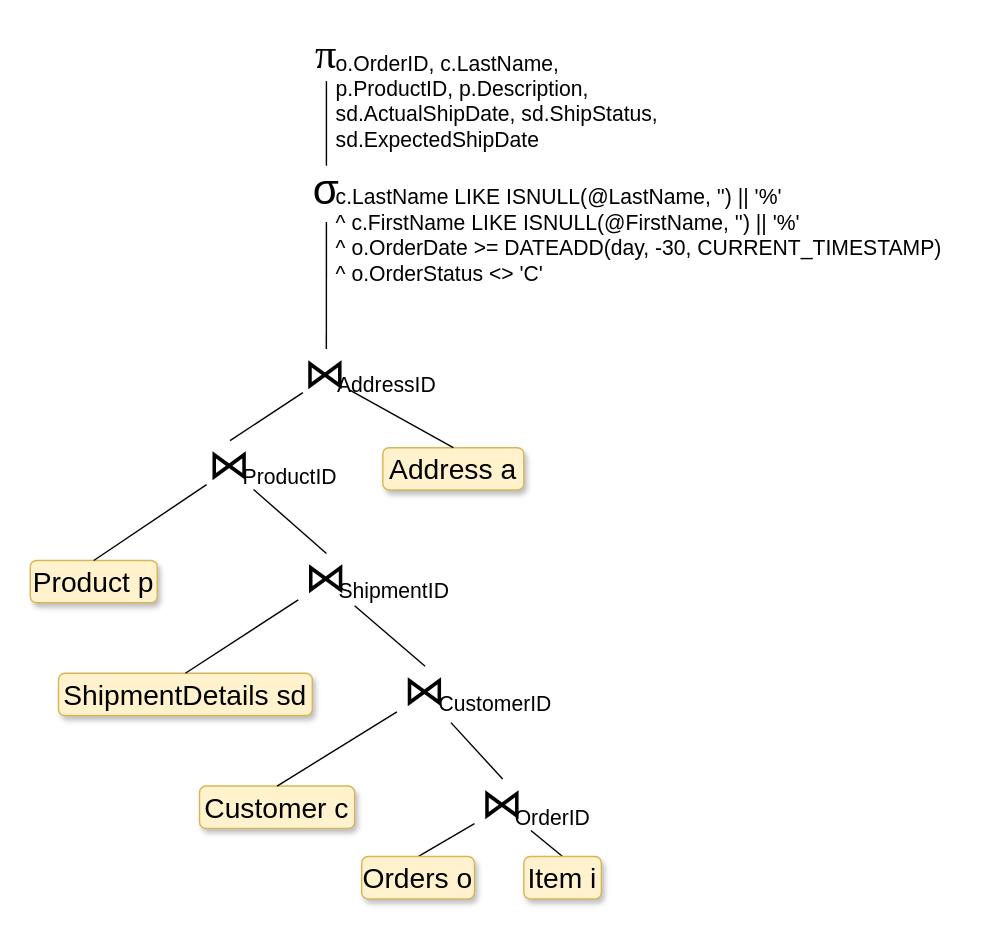
This is page "TH 2" (3 of 4) of SQLTurning.drawio from nguyenhuy158/diagrams, a draw.io file, before an edit. Source tidied: cells renumbered, new cells numbered last; positions are measured from the earlier drawing's top-left corner, leaving out a move shared by most shapes. Both pictures are drawn from the tidied source at 141%, with x=0, y=0 at pixel (30, 24).
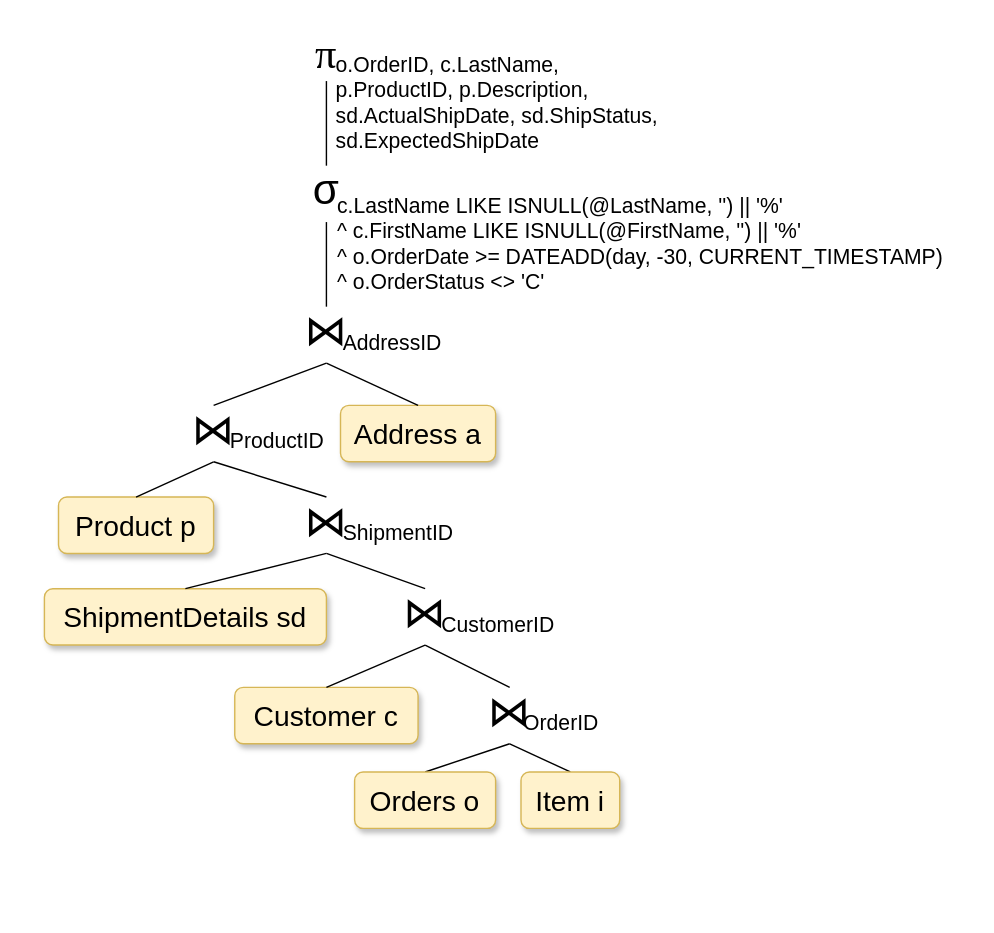
The same diagram, later.

The edit, as a diff of the source:
```diff
@@
-    <mxCell id="2" style="rounded=0;jettySize=auto;html=1;entryX=0.5;entryY=0;entryDx=0;entryDy=0;endArrow=none;endFill=0;" parent="1" edge="1" source="8" target="11">
+    <mxCell id="2" style="rounded=0;jettySize=auto;html=1;entryX=0.5;entryY=0;entryDx=0;entryDy=0;endArrow=none;endFill=0;exitX=0.5;exitY=1;exitDx=0;exitDy=0;" parent="1" edge="1" source="8" target="11">
       <mxGeometry relative="1" as="geometry" />
     </mxCell>
-    <mxCell id="3" style="edgeStyle=none;rounded=0;jettySize=auto;html=1;entryX=0.5;entryY=0;entryDx=0;entryDy=0;fontSize=30;endArrow=none;endFill=0;" parent="1" edge="1" source="14" target="5">
+    <mxCell id="3" style="edgeStyle=none;rounded=0;jettySize=auto;html=1;entryX=0.5;entryY=0;entryDx=0;entryDy=0;fontSize=30;endArrow=none;endFill=0;exitX=0.5;exitY=1;exitDx=0;exitDy=0;" parent="1" edge="1" source="14" target="5">
       <mxGeometry relative="1" as="geometry" />
     </mxCell>
-    <mxCell id="4" style="edgeStyle=none;rounded=0;jettySize=auto;html=1;entryX=0.5;entryY=0;entryDx=0;entryDy=0;fontSize=20;endArrow=none;endFill=0;shadow=0;sketch=0;" parent="1" edge="1" source="14" target="6">
+    <mxCell id="4" style="edgeStyle=none;rounded=0;jettySize=auto;html=1;entryX=0.5;entryY=0;entryDx=0;entryDy=0;fontSize=20;endArrow=none;endFill=0;shadow=0;sketch=0;exitX=0.5;exitY=1;exitDx=0;exitDy=0;" parent="1" edge="1" source="14" target="6">
       <mxGeometry relative="1" as="geometry" />
     </mxCell>
     <mxCell id="5" value="&lt;div style=&quot;font-size: 20px;&quot;&gt;Orders o&lt;br style=&quot;font-size: 20px;&quot;&gt;&lt;/div&gt;" style="text;html=1;strokeColor=#d6b656;fillColor=#fff2cc;align=center;verticalAlign=middle;whiteSpace=wrap;rounded=1;fontSize=20;shadow=1;sketch=0;glass=0;" parent="1" vertex="1">
-      <mxGeometry x="235" y="590" width="80" height="30" as="geometry" />
+      <mxGeometry x="230" y="530" width="100" height="40" as="geometry" />
     </mxCell>
     <mxCell id="6" value="&lt;div style=&quot;font-size: 20px;&quot;&gt;Item i&lt;br style=&quot;font-size: 20px;&quot;&gt;&lt;/div&gt;" style="text;html=1;strokeColor=#d6b656;fillColor=#fff2cc;align=center;verticalAlign=middle;whiteSpace=wrap;rounded=1;fontSize=20;shadow=1;sketch=0;glass=0;" parent="1" vertex="1">
-      <mxGeometry x="350" y="590" width="55" height="30" as="geometry" />
+      <mxGeometry x="348" y="530" width="70" height="40" as="geometry" />
     </mxCell>
-    <mxCell id="7" style="group;" parent="1" vertex="1">
-      <mxGeometry x="190" width="260" height="100" as="geometry" />
-    </mxCell>
-    <mxCell id="8" value="&lt;span id=&quot;docs-internal-guid-24cfe74f-7fff-80c8-4b2b-47ca78d1e50c&quot; style=&quot;font-size: 30px;&quot;&gt;&lt;span style=&quot;font-size: 30px; font-family: &amp;quot;Times New Roman&amp;quot;; background-color: transparent; font-variant-numeric: normal; font-variant-east-asian: normal;&quot;&gt;π&lt;/span&gt;&lt;/span&gt;" style="text;html=1;strokeColor=none;fillColor=none;align=center;verticalAlign=middle;whiteSpace=wrap;rounded=0;fontSize=30;" parent="7" vertex="1">
-      <mxGeometry width="40" height="40" as="geometry" />
-    </mxCell>
-    <mxCell id="9" value="&lt;div style=&quot;font-size: 15px;&quot;&gt;&lt;span style=&quot;font-size: 15px;&quot;&gt;o.OrderID,&amp;nbsp;&lt;/span&gt;&lt;span style=&quot;background-color: initial;&quot;&gt;c.LastName,&lt;/span&gt;&lt;/div&gt;&lt;div style=&quot;font-size: 15px;&quot;&gt;&lt;span style=&quot;font-size: 15px;&quot;&gt;p.ProductID,&amp;nbsp;&lt;/span&gt;&lt;span style=&quot;background-color: initial;&quot;&gt;p.Description,&lt;/span&gt;&lt;/div&gt;&lt;div style=&quot;font-size: 15px;&quot;&gt;&lt;span style=&quot;font-size: 15px;&quot;&gt;sd.ActualShipDate,&amp;nbsp;&lt;/span&gt;&lt;span style=&quot;background-color: initial;&quot;&gt;sd.ShipStatus,&lt;/span&gt;&lt;/div&gt;&lt;div style=&quot;font-size: 15px;&quot;&gt;&lt;span style=&quot;font-size: 15px;&quot;&gt;sd.ExpectedShipDate&lt;/span&gt;&lt;/div&gt;" style="text;html=1;strokeColor=none;fillColor=none;align=left;verticalAlign=middle;whiteSpace=wrap;rounded=0;fontSize=15;" parent="7" vertex="1">
-      <mxGeometry x="25" y="19" width="230" height="70" as="geometry" />
-    </mxCell>
-    <mxCell id="10" style="group;" parent="1" vertex="1">
-      <mxGeometry x="190" y="100" width="470" height="110" as="geometry" />
-    </mxCell>
-    <mxCell id="11" value="σ&lt;sub&gt;&lt;br&gt;&lt;/sub&gt;" style="text;html=1;strokeColor=none;fillColor=none;align=center;verticalAlign=middle;whiteSpace=wrap;rounded=0;fontSize=30;" parent="10" vertex="1">
-      <mxGeometry width="40" height="40" as="geometry" />
-    </mxCell>
-    <mxCell id="12" value="&lt;div style=&quot;font-size: 15px;&quot;&gt;&lt;div&gt;c.LastName LIKE ISNULL(@LastName, '') || '%'&lt;/div&gt;&lt;div&gt;^ c.FirstName LIKE ISNULL(@FirstName, '') || '%'&lt;/div&gt;&lt;div&gt;^ o.OrderDate &amp;gt;= DATEADD(day, -30, CURRENT_TIMESTAMP)&lt;/div&gt;&lt;div&gt;^ o.OrderStatus &amp;lt;&amp;gt; 'C'&amp;nbsp;&lt;/div&gt;&lt;/div&gt;" style="text;html=1;strokeColor=none;fillColor=none;align=left;verticalAlign=middle;whiteSpace=wrap;rounded=0;fontSize=15;" parent="10" vertex="1">
-      <mxGeometry x="25" y="13" width="440" height="71" as="geometry" />
-    </mxCell>
-    <mxCell id="13" style="group;" parent="1" vertex="1">
-      <mxGeometry x="315" y="535" width="90" height="40" as="geometry" />
-    </mxCell>
-    <mxCell id="14" value="⋈&lt;sub&gt;&lt;br&gt;&lt;/sub&gt;" style="text;html=1;strokeColor=none;fillColor=none;align=center;verticalAlign=middle;whiteSpace=wrap;rounded=0;fontSize=30;" parent="13" vertex="1">
-      <mxGeometry width="40" height="40" as="geometry" />
-    </mxCell>
-    <mxCell id="15" value="&lt;div style=&quot;&quot;&gt;OrderID&lt;br&gt;&lt;/div&gt;" style="text;html=1;strokeColor=none;fillColor=none;align=left;verticalAlign=middle;whiteSpace=wrap;rounded=0;fontSize=15;" parent="13" vertex="1">
-      <mxGeometry x="27" y="17" width="60" height="20" as="geometry" />
-    </mxCell>
     <mxCell id="16" value="&lt;div style=&quot;font-size: 20px;&quot;&gt;Customer c&lt;br style=&quot;font-size: 20px;&quot;&gt;&lt;/div&gt;" style="text;html=1;strokeColor=#d6b656;fillColor=#fff2cc;align=center;verticalAlign=middle;whiteSpace=wrap;rounded=1;fontSize=20;shadow=1;sketch=0;glass=0;" parent="1" vertex="1">
-      <mxGeometry x="120" y="540" width="110" height="30" as="geometry" />
+      <mxGeometry x="145" y="470" width="130" height="40" as="geometry" />
     </mxCell>
-    <mxCell id="17" style="group;" parent="1" vertex="1">
-      <mxGeometry x="260" y="455" width="120" height="40" as="geometry" />
-    </mxCell>
-    <mxCell id="18" value="⋈&lt;sub&gt;&lt;br&gt;&lt;/sub&gt;" style="text;html=1;strokeColor=none;fillColor=none;align=center;verticalAlign=middle;whiteSpace=wrap;rounded=0;fontSize=30;" parent="17" vertex="1">
-      <mxGeometry width="40" height="40" as="geometry" />
-    </mxCell>
-    <mxCell id="19" value="&lt;div style=&quot;&quot;&gt;CustomerID&lt;br&gt;&lt;/div&gt;" style="text;html=1;strokeColor=none;fillColor=none;align=left;verticalAlign=middle;whiteSpace=wrap;rounded=0;fontSize=15;" parent="17" vertex="1">
-      <mxGeometry x="28" y="16" width="90" height="20" as="geometry" />
-    </mxCell>
-    <mxCell id="20" style="edgeStyle=none;rounded=0;jettySize=auto;html=1;entryX=0.5;entryY=0;entryDx=0;entryDy=0;fontSize=30;endArrow=none;endFill=0;" parent="1" edge="1" source="18" target="16">
+    <mxCell id="20" style="edgeStyle=none;rounded=0;jettySize=auto;html=1;entryX=0.5;entryY=0;entryDx=0;entryDy=0;fontSize=30;endArrow=none;endFill=0;exitX=0.5;exitY=1;exitDx=0;exitDy=0;" parent="1" edge="1" source="18" target="16">
       <mxGeometry relative="1" as="geometry" />
     </mxCell>
-    <mxCell id="21" style="edgeStyle=none;rounded=0;jettySize=auto;html=1;entryX=0.5;entryY=0;entryDx=0;entryDy=0;fontSize=30;endArrow=none;endFill=0;" parent="1" edge="1" source="18" target="14">
+    <mxCell id="21" style="edgeStyle=none;rounded=0;jettySize=auto;html=1;entryX=0.5;entryY=0;entryDx=0;entryDy=0;fontSize=30;endArrow=none;endFill=0;exitX=0.5;exitY=1;exitDx=0;exitDy=0;" parent="1" edge="1" source="18" target="14">
       <mxGeometry relative="1" as="geometry" />
     </mxCell>
-    <mxCell id="22" style="group;" parent="1" vertex="1">
-      <mxGeometry x="190" y="375" width="120" height="40" as="geometry" />
-    </mxCell>
-    <mxCell id="23" value="⋈&lt;sub&gt;&lt;br&gt;&lt;/sub&gt;" style="text;html=1;strokeColor=none;fillColor=none;align=center;verticalAlign=middle;whiteSpace=wrap;rounded=0;fontSize=30;" parent="22" vertex="1">
-      <mxGeometry width="40" height="40" as="geometry" />
-    </mxCell>
-    <mxCell id="24" value="&lt;div style=&quot;&quot;&gt;ShipmentID&lt;br&gt;&lt;/div&gt;" style="text;html=1;strokeColor=none;fillColor=none;align=left;verticalAlign=middle;whiteSpace=wrap;rounded=0;fontSize=15;" parent="22" vertex="1">
-      <mxGeometry x="27" y="16" width="90" height="20" as="geometry" />
-    </mxCell>
     <mxCell id="25" value="&lt;div style=&quot;font-size: 20px;&quot;&gt;ShipmentDetails sd&lt;br style=&quot;font-size: 20px;&quot;&gt;&lt;/div&gt;" style="text;html=1;strokeColor=#d6b656;fillColor=#fff2cc;align=center;verticalAlign=middle;whiteSpace=wrap;rounded=1;fontSize=20;shadow=1;sketch=0;glass=0;" parent="1" vertex="1">
-      <mxGeometry x="20" y="460" width="180" height="30" as="geometry" />
+      <mxGeometry x="10" y="400" width="200" height="40" as="geometry" />
     </mxCell>
-    <mxCell id="26" style="edgeStyle=none;rounded=0;jettySize=auto;html=1;entryX=0.5;entryY=0;entryDx=0;entryDy=0;fontSize=30;endArrow=none;endFill=0;" parent="1" edge="1" source="23" target="25">
+    <mxCell id="26" style="edgeStyle=none;rounded=0;jettySize=auto;html=1;entryX=0.5;entryY=0;entryDx=0;entryDy=0;fontSize=30;endArrow=none;endFill=0;exitX=0.5;exitY=1;exitDx=0;exitDy=0;" parent="1" edge="1" source="23" target="25">
       <mxGeometry relative="1" as="geometry" />
     </mxCell>
-    <mxCell id="27" style="edgeStyle=none;rounded=0;jettySize=auto;html=1;entryX=0.5;entryY=0;entryDx=0;entryDy=0;fontSize=30;endArrow=none;endFill=0;" parent="1" edge="1" source="23" target="18">
+    <mxCell id="27" style="edgeStyle=none;rounded=0;jettySize=auto;html=1;entryX=0.5;entryY=0;entryDx=0;entryDy=0;fontSize=30;endArrow=none;endFill=0;exitX=0.5;exitY=1;exitDx=0;exitDy=0;" parent="1" edge="1" source="23" target="18">
       <mxGeometry relative="1" as="geometry" />
     </mxCell>
     <mxCell id="28" value="&lt;div style=&quot;font-size: 20px;&quot;&gt;Product p&lt;br style=&quot;font-size: 20px;&quot;&gt;&lt;/div&gt;" style="text;html=1;strokeColor=#d6b656;fillColor=#fff2cc;align=center;verticalAlign=middle;whiteSpace=wrap;rounded=1;fontSize=20;shadow=1;sketch=0;glass=0;" parent="1" vertex="1">
-      <mxGeometry y="380" width="90" height="30" as="geometry" />
+      <mxGeometry x="20" y="335" width="110" height="40" as="geometry" />
     </mxCell>
     <mxCell id="29" value="&lt;div style=&quot;font-size: 20px;&quot;&gt;Address a&lt;br style=&quot;font-size: 20px;&quot;&gt;&lt;/div&gt;" style="text;html=1;strokeColor=#d6b656;fillColor=#fff2cc;align=center;verticalAlign=middle;whiteSpace=wrap;rounded=1;fontSize=20;shadow=1;sketch=0;glass=0;" parent="1" vertex="1">
-      <mxGeometry x="250" y="300" width="100" height="30" as="geometry" />
+      <mxGeometry x="220" y="270" width="110" height="40" as="geometry" />
     </mxCell>
-    <mxCell id="30" style="group;" parent="1" vertex="1">
-      <mxGeometry x="125" y="295" width="100" height="40" as="geometry" />
-    </mxCell>
-    <mxCell id="31" value="⋈&lt;sub&gt;&lt;br&gt;&lt;/sub&gt;" style="text;html=1;strokeColor=none;fillColor=none;align=center;verticalAlign=middle;whiteSpace=wrap;rounded=0;fontSize=30;" parent="30" vertex="1">
-      <mxGeometry width="33.3" height="40" as="geometry" />
-    </mxCell>
-    <mxCell id="32" value="&lt;div style=&quot;&quot;&gt;ProductID&lt;br&gt;&lt;/div&gt;" style="text;html=1;strokeColor=none;fillColor=none;align=left;verticalAlign=middle;whiteSpace=wrap;rounded=0;fontSize=15;" parent="30" vertex="1">
-      <mxGeometry x="24" y="15" width="75" height="20" as="geometry" />
-    </mxCell>
-    <mxCell id="33" style="group;" parent="1" vertex="1">
-      <mxGeometry x="200" y="230" width="100" height="40" as="geometry" />
-    </mxCell>
-    <mxCell id="34" value="⋈&lt;sub&gt;&lt;br&gt;&lt;/sub&gt;" style="text;html=1;strokeColor=none;fillColor=none;align=center;verticalAlign=middle;whiteSpace=wrap;rounded=0;fontSize=30;" parent="33" vertex="1">
-      <mxGeometry x="-6.7" width="33.3" height="40" as="geometry" />
-    </mxCell>
-    <mxCell id="35" value="&lt;div style=&quot;&quot;&gt;AddressID&lt;br&gt;&lt;/div&gt;" style="text;html=1;strokeColor=none;fillColor=none;align=left;verticalAlign=middle;whiteSpace=wrap;rounded=0;fontSize=15;" parent="33" vertex="1">
-      <mxGeometry x="16" y="15" width="75" height="20" as="geometry" />
-    </mxCell>
-    <mxCell id="36" style="edgeStyle=none;rounded=0;jettySize=auto;html=1;entryX=0.5;entryY=0;entryDx=0;entryDy=0;fontSize=30;endArrow=none;endFill=0;" parent="1" edge="1" source="31" target="28">
+    <mxCell id="36" style="edgeStyle=none;rounded=0;jettySize=auto;html=1;entryX=0.5;entryY=0;entryDx=0;entryDy=0;fontSize=30;endArrow=none;endFill=0;exitX=0.5;exitY=1;exitDx=0;exitDy=0;" parent="1" edge="1" source="31" target="28">
       <mxGeometry relative="1" as="geometry" />
     </mxCell>
-    <mxCell id="37" style="edgeStyle=none;rounded=0;jettySize=auto;html=1;entryX=0.5;entryY=0;entryDx=0;entryDy=0;fontSize=30;endArrow=none;endFill=0;" parent="1" edge="1" source="31" target="23">
+    <mxCell id="37" style="edgeStyle=none;rounded=0;jettySize=auto;html=1;entryX=0.5;entryY=0;entryDx=0;entryDy=0;fontSize=30;endArrow=none;endFill=0;exitX=0.5;exitY=1;exitDx=0;exitDy=0;" parent="1" edge="1" source="31" target="23">
       <mxGeometry relative="1" as="geometry" />
     </mxCell>
-    <mxCell id="38" style="edgeStyle=none;rounded=0;jettySize=auto;html=1;entryX=0.5;entryY=0;entryDx=0;entryDy=0;fontSize=30;endArrow=none;endFill=0;" parent="1" edge="1" source="34" target="31">
+    <mxCell id="38" style="edgeStyle=none;rounded=0;jettySize=auto;html=1;entryX=0.5;entryY=0;entryDx=0;entryDy=0;fontSize=30;endArrow=none;endFill=0;exitX=0.5;exitY=1;exitDx=0;exitDy=0;" parent="1" edge="1" source="34" target="31">
       <mxGeometry relative="1" as="geometry" />
     </mxCell>
-    <mxCell id="39" style="edgeStyle=none;rounded=0;jettySize=auto;html=1;entryX=0.5;entryY=0;entryDx=0;entryDy=0;fontSize=30;endArrow=none;endFill=0;" parent="1" edge="1" source="34" target="29">
+    <mxCell id="39" style="edgeStyle=none;rounded=0;jettySize=auto;html=1;entryX=0.5;entryY=0;entryDx=0;entryDy=0;fontSize=30;endArrow=none;endFill=0;exitX=0.5;exitY=1;exitDx=0;exitDy=0;" parent="1" edge="1" source="34" target="29">
       <mxGeometry relative="1" as="geometry" />
     </mxCell>
@@
+    <mxCell id="11" value="σ&lt;sub&gt;&lt;br&gt;&lt;/sub&gt;" style="text;html=1;strokeColor=none;fillColor=none;align=center;verticalAlign=middle;whiteSpace=wrap;rounded=0;fontSize=30;" parent="1" vertex="1">
+      <mxGeometry x="190" y="100" width="40" height="40" as="geometry" />
+    </mxCell>
+    <mxCell id="12" value="&lt;div style=&quot;font-size: 15px;&quot;&gt;&lt;div&gt;c.LastName LIKE ISNULL(@LastName, '') || '%'&lt;/div&gt;&lt;div&gt;^ c.FirstName LIKE ISNULL(@FirstName, '') || '%'&lt;/div&gt;&lt;div&gt;^ o.OrderDate &amp;gt;= DATEADD(day, -30, CURRENT_TIMESTAMP)&lt;/div&gt;&lt;div&gt;^ o.OrderStatus &amp;lt;&amp;gt; 'C'&amp;nbsp;&lt;/div&gt;&lt;/div&gt;" style="text;html=1;strokeColor=none;fillColor=none;align=left;verticalAlign=middle;whiteSpace=wrap;rounded=0;fontSize=15;" parent="1" vertex="1">
+      <mxGeometry x="216" y="110" width="450" height="90" as="geometry" />
+    </mxCell>
+    <mxCell id="8" value="&lt;span id=&quot;docs-internal-guid-24cfe74f-7fff-80c8-4b2b-47ca78d1e50c&quot; style=&quot;font-size: 30px;&quot;&gt;&lt;span style=&quot;font-size: 30px; font-family: &amp;quot;Times New Roman&amp;quot;; background-color: transparent; font-variant-numeric: normal; font-variant-east-asian: normal;&quot;&gt;π&lt;/span&gt;&lt;/span&gt;" style="text;html=1;strokeColor=none;fillColor=none;align=center;verticalAlign=middle;whiteSpace=wrap;rounded=0;fontSize=30;" parent="1" vertex="1">
+      <mxGeometry x="190" width="40" height="40" as="geometry" />
+    </mxCell>
+    <mxCell id="9" value="&lt;div style=&quot;font-size: 15px;&quot;&gt;&lt;span style=&quot;font-size: 15px;&quot;&gt;o.OrderID,&amp;nbsp;&lt;/span&gt;&lt;span style=&quot;background-color: initial;&quot;&gt;c.LastName,&lt;/span&gt;&lt;/div&gt;&lt;div style=&quot;font-size: 15px;&quot;&gt;&lt;span style=&quot;font-size: 15px;&quot;&gt;p.ProductID,&amp;nbsp;&lt;/span&gt;&lt;span style=&quot;background-color: initial;&quot;&gt;p.Description,&lt;/span&gt;&lt;/div&gt;&lt;div style=&quot;font-size: 15px;&quot;&gt;&lt;span style=&quot;font-size: 15px;&quot;&gt;sd.ActualShipDate,&amp;nbsp;&lt;/span&gt;&lt;span style=&quot;background-color: initial;&quot;&gt;sd.ShipStatus,&lt;/span&gt;&lt;/div&gt;&lt;div style=&quot;font-size: 15px;&quot;&gt;&lt;span style=&quot;font-size: 15px;&quot;&gt;sd.ExpectedShipDate&lt;/span&gt;&lt;/div&gt;" style="text;html=1;strokeColor=none;fillColor=none;align=left;verticalAlign=middle;whiteSpace=wrap;rounded=0;fontSize=15;" parent="1" vertex="1">
+      <mxGeometry x="215" y="10" width="250" height="90" as="geometry" />
+    </mxCell>
+    <mxCell id="34" value="⋈&lt;sub&gt;&lt;br&gt;&lt;/sub&gt;" style="text;html=1;strokeColor=none;fillColor=none;align=center;verticalAlign=middle;whiteSpace=wrap;rounded=0;fontSize=30;" parent="1" vertex="1">
+      <mxGeometry x="190" y="200" width="40" height="40" as="geometry" />
+    </mxCell>
+    <mxCell id="35" value="&lt;div style=&quot;&quot;&gt;AddressID&lt;br&gt;&lt;/div&gt;" style="text;html=1;strokeColor=none;fillColor=none;align=left;verticalAlign=middle;whiteSpace=wrap;rounded=0;fontSize=15;" parent="1" vertex="1">
+      <mxGeometry x="220" y="210" width="90" height="30" as="geometry" />
+    </mxCell>
+    <mxCell id="31" value="⋈&lt;sub&gt;&lt;br&gt;&lt;/sub&gt;" style="text;html=1;strokeColor=none;fillColor=none;align=center;verticalAlign=middle;whiteSpace=wrap;rounded=0;fontSize=30;" parent="1" vertex="1">
+      <mxGeometry x="110" y="270" width="40" height="40" as="geometry" />
+    </mxCell>
+    <mxCell id="32" value="&lt;div style=&quot;&quot;&gt;ProductID&lt;br&gt;&lt;/div&gt;" style="text;html=1;strokeColor=none;fillColor=none;align=left;verticalAlign=middle;whiteSpace=wrap;rounded=0;fontSize=15;" parent="1" vertex="1">
+      <mxGeometry x="140" y="280" width="90" height="30" as="geometry" />
+    </mxCell>
+    <mxCell id="23" value="⋈&lt;sub&gt;&lt;br&gt;&lt;/sub&gt;" style="text;html=1;strokeColor=none;fillColor=none;align=center;verticalAlign=middle;whiteSpace=wrap;rounded=0;fontSize=30;" parent="1" vertex="1">
+      <mxGeometry x="190" y="335" width="40" height="40" as="geometry" />
+    </mxCell>
+    <mxCell id="24" value="&lt;div style=&quot;&quot;&gt;ShipmentID&lt;br&gt;&lt;/div&gt;" style="text;html=1;strokeColor=none;fillColor=none;align=left;verticalAlign=middle;whiteSpace=wrap;rounded=0;fontSize=15;" parent="1" vertex="1">
+      <mxGeometry x="220" y="345" width="100" height="30" as="geometry" />
+    </mxCell>
+    <mxCell id="18" value="⋈&lt;sub&gt;&lt;br&gt;&lt;/sub&gt;" style="text;html=1;strokeColor=none;fillColor=none;align=center;verticalAlign=middle;whiteSpace=wrap;rounded=0;fontSize=30;" parent="1" vertex="1">
+      <mxGeometry x="260" y="400" width="40" height="40" as="geometry" />
+    </mxCell>
+    <mxCell id="19" value="&lt;div style=&quot;&quot;&gt;CustomerID&lt;br&gt;&lt;/div&gt;" style="text;html=1;strokeColor=none;fillColor=none;align=left;verticalAlign=middle;whiteSpace=wrap;rounded=0;fontSize=15;" parent="1" vertex="1">
+      <mxGeometry x="290" y="410" width="100" height="30" as="geometry" />
+    </mxCell>
+    <mxCell id="14" value="⋈&lt;sub&gt;&lt;br&gt;&lt;/sub&gt;" style="text;html=1;strokeColor=none;fillColor=none;align=center;verticalAlign=middle;whiteSpace=wrap;rounded=0;fontSize=30;" parent="1" vertex="1">
+      <mxGeometry x="320" y="470" width="40" height="40" as="geometry" />
+    </mxCell>
+    <mxCell id="15" value="&lt;div style=&quot;&quot;&gt;OrderID&lt;br&gt;&lt;/div&gt;" style="text;html=1;strokeColor=none;fillColor=none;align=left;verticalAlign=middle;whiteSpace=wrap;rounded=0;fontSize=15;" parent="1" vertex="1">
+      <mxGeometry x="348" y="480" width="80" height="30" as="geometry" />
+    </mxCell>
```
